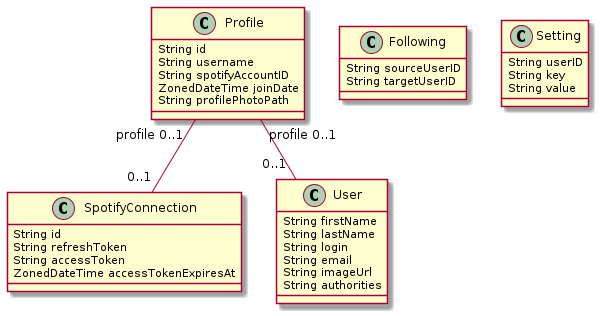
indexss/Backseat keeps this PlantUML diagram as jdl/profile.png. Above is the earlier version.
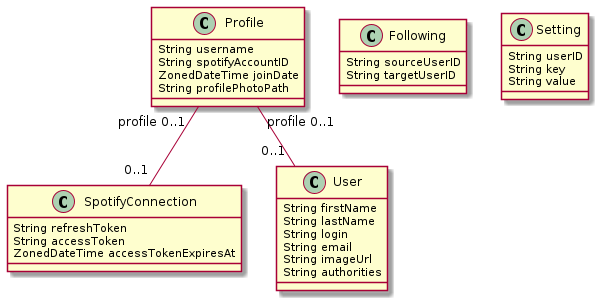
Later version of the same file.

What changed in the source:
```diff
@@ -1,14 +1,12 @@
 @startuml
 	!pragma syntax class
 	class Profile  {
-		String id
 		String username
 		String spotifyAccountID
 		ZonedDateTime joinDate
 		String profilePhotoPath
 	}
 	class SpotifyConnection  {
-		String id
 		String refreshToken
 		String accessToken
 		ZonedDateTime accessTokenExpiresAt
```
